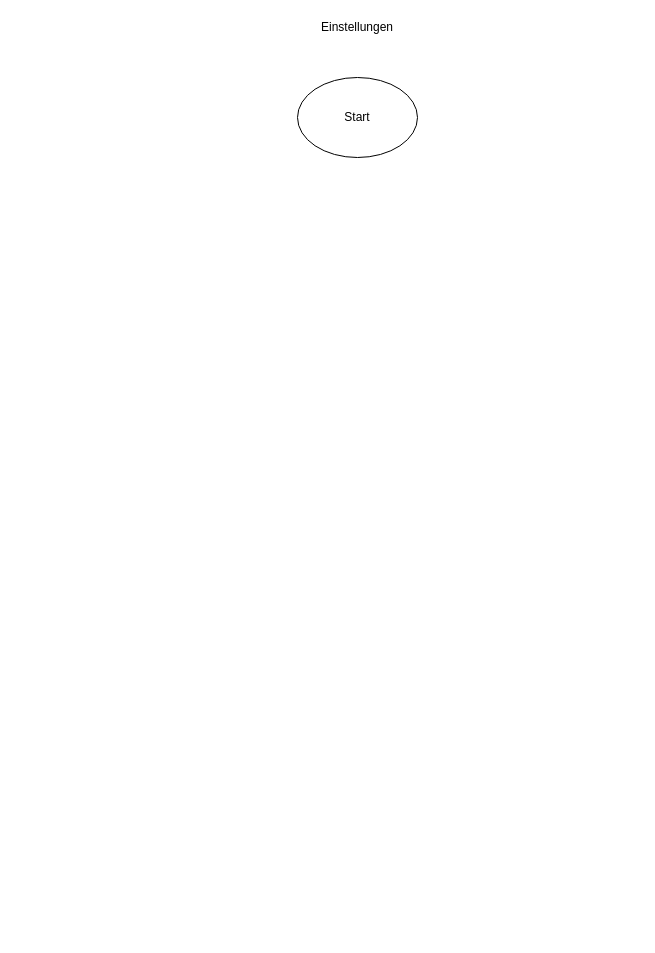
Earlier version of the draw.io diagram page "Page-3" (3 of 4) of Untitled Diagram.drawio (Seafesko/Nucleo-Wecker). Source tidied: cells renumbered, new cells numbered last; positions are measured from the earlier drawing's top-left corner, leaving out a move shared by most shapes. Both pictures are drawn from the tidied source at 100%, with x=0, y=0 at pixel (297, 17).
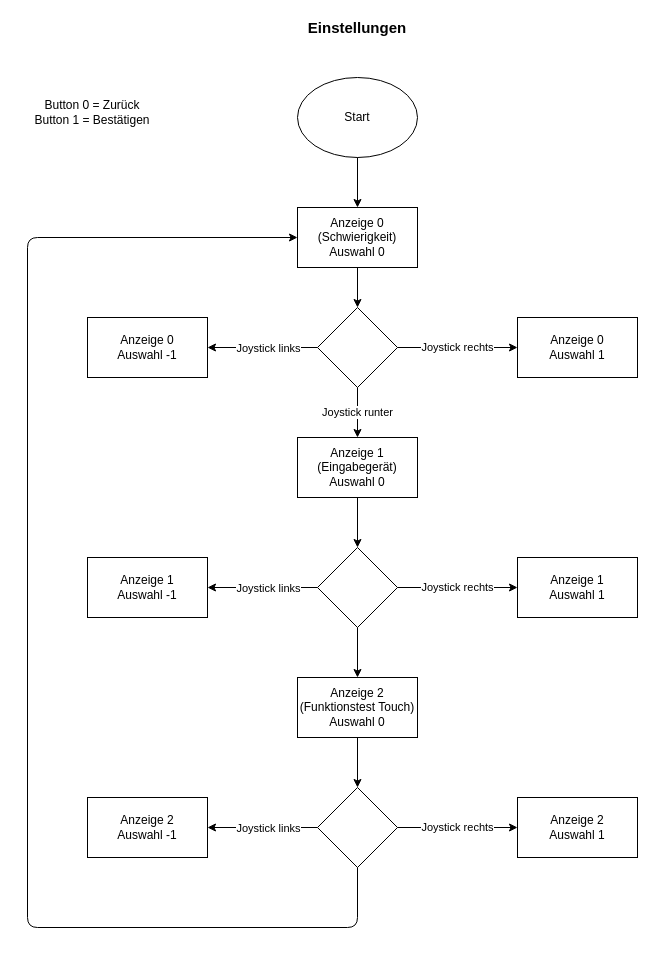
Above is the later version.

Unchanged cells that the change refers to:
```xml
<mxCell id="3" value="Start" style="ellipse;whiteSpace=wrap;html=1;" parent="1" vertex="1">
  <mxGeometry y="60" width="120" height="80" as="geometry" />
</mxCell>
```

What changed in the source:
```diff
@@
-    <mxCell id="2" value="Einstellungen" style="text;html=1;strokeColor=none;fillColor=none;align=center;verticalAlign=middle;whiteSpace=wrap;rounded=0;" parent="1" vertex="1">
+    <mxCell id="2" value="&lt;b&gt;&lt;font style=&quot;font-size: 15px&quot;&gt;Einstellungen&lt;/font&gt;&lt;/b&gt;" style="text;html=1;strokeColor=none;fillColor=none;align=center;verticalAlign=middle;whiteSpace=wrap;rounded=0;strokeWidth=4;" parent="1" vertex="1">
       <mxGeometry x="40" width="40" height="20" as="geometry" />
     </mxCell>
@@
+    <mxCell id="4" value="&lt;div&gt;Button 0 = Zurück&lt;/div&gt;&lt;div&gt;Button 1 = Bestätigen&lt;br&gt;&lt;/div&gt;" style="text;html=1;strokeColor=none;fillColor=none;align=center;verticalAlign=middle;whiteSpace=wrap;rounded=0;" parent="1" vertex="1">
+      <mxGeometry x="-280" y="70" width="150" height="50" as="geometry" />
+    </mxCell>
+    <mxCell id="5" value="&lt;div&gt;Anzeige 0 (Schwierigkeit)&lt;br&gt;&lt;/div&gt;&lt;div&gt;Auswahl 0&lt;br&gt;&lt;/div&gt;" style="rounded=0;whiteSpace=wrap;html=1;" parent="1" vertex="1">
+      <mxGeometry y="190" width="120" height="60" as="geometry" />
+    </mxCell>
+    <mxCell id="6" style="rhombus;whiteSpace=wrap;html=1;" parent="1" vertex="1">
+      <mxGeometry x="20" y="290" width="80" height="80" as="geometry" />
+    </mxCell>
+    <mxCell id="7" value="Anzeige 1 (Eingabegerät)&lt;br&gt;&lt;div&gt;Auswahl 0&lt;br&gt;&lt;/div&gt;" style="rounded=0;whiteSpace=wrap;html=1;" parent="1" vertex="1">
+      <mxGeometry y="420" width="120" height="60" as="geometry" />
+    </mxCell>
+    <mxCell id="8" style="endArrow=classic;html=1;exitX=0.5;exitY=1;exitDx=0;exitDy=0;entryX=0.5;entryY=0;entryDx=0;entryDy=0;" parent="1" edge="1" source="3" target="5">
+      <mxGeometry relative="1" as="geometry" />
+    </mxCell>
+    <mxCell id="9" style="endArrow=classic;html=1;exitX=0.5;exitY=1;exitDx=0;exitDy=0;entryX=0.5;entryY=0;entryDx=0;entryDy=0;" parent="1" edge="1" source="5" target="6">
+      <mxGeometry relative="1" as="geometry" />
+    </mxCell>
+    <mxCell id="10" value="Joystick runter" style="endArrow=classic;html=1;entryX=0.5;entryY=0;entryDx=0;entryDy=0;exitX=0.5;exitY=1;exitDx=0;exitDy=0;" parent="1" edge="1" source="6" target="7">
+      <mxGeometry relative="1" as="geometry" />
+    </mxCell>
+    <mxCell id="11" value="Joystick rechts" style="endArrow=classic;html=1;" parent="1" edge="1" source="6">
+      <mxGeometry relative="1" as="geometry">
+        <mxPoint x="220" y="330" as="targetPoint" />
+      </mxGeometry>
+    </mxCell>
+    <mxCell id="12" value="&lt;div&gt;Anzeige 0&lt;/div&gt;&lt;div&gt;Auswahl 1&lt;br&gt;&lt;/div&gt;" style="rounded=0;whiteSpace=wrap;html=1;" parent="1" vertex="1">
+      <mxGeometry x="220" y="300" width="120" height="60" as="geometry" />
+    </mxCell>
+    <mxCell id="13" value="&lt;div&gt;Anzeige 0&lt;/div&gt;&lt;div&gt;Auswahl -1&lt;br&gt;&lt;/div&gt;" style="rounded=0;whiteSpace=wrap;html=1;" parent="1" vertex="1">
+      <mxGeometry x="-210" y="300" width="120" height="60" as="geometry" />
+    </mxCell>
+    <mxCell id="14" style="endArrow=classic;html=1;exitX=0;exitY=0.5;exitDx=0;exitDy=0;entryX=1;entryY=0.5;entryDx=0;entryDy=0;" parent="1" edge="1" source="6" target="13">
+      <mxGeometry relative="1" as="geometry" />
+    </mxCell>
+    <mxCell id="15" value="Joystick links" style="edgeLabel;html=1;align=center;verticalAlign=middle;" parent="14" vertex="1">
+      <mxGeometry x="-0.25" y="3" relative="1" as="geometry">
+        <mxPoint x="-9" y="-3" as="offset" />
+      </mxGeometry>
+    </mxCell>
+    <mxCell id="16" style="rhombus;whiteSpace=wrap;html=1;" parent="1" vertex="1">
+      <mxGeometry x="20" y="530" width="80" height="80" as="geometry" />
+    </mxCell>
+    <mxCell id="17" value="Joystick rechts" style="endArrow=classic;html=1;" parent="1" edge="1" source="16">
+      <mxGeometry relative="1" as="geometry">
+        <mxPoint x="220" y="570" as="targetPoint" />
+      </mxGeometry>
+    </mxCell>
+    <mxCell id="18" value="&lt;div&gt;Anzeige 1&lt;br&gt;&lt;/div&gt;&lt;div&gt;Auswahl 1&lt;br&gt;&lt;/div&gt;" style="rounded=0;whiteSpace=wrap;html=1;" parent="1" vertex="1">
+      <mxGeometry x="220" y="540" width="120" height="60" as="geometry" />
+    </mxCell>
+    <mxCell id="19" value="&lt;div&gt;Anzeige 1&lt;br&gt;&lt;/div&gt;&lt;div&gt;Auswahl -1&lt;br&gt;&lt;/div&gt;" style="rounded=0;whiteSpace=wrap;html=1;" parent="1" vertex="1">
+      <mxGeometry x="-210" y="540" width="120" height="60" as="geometry" />
+    </mxCell>
+    <mxCell id="20" style="endArrow=classic;html=1;exitX=0;exitY=0.5;exitDx=0;exitDy=0;entryX=1;entryY=0.5;entryDx=0;entryDy=0;" parent="1" edge="1" source="16" target="19">
+      <mxGeometry relative="1" as="geometry" />
+    </mxCell>
+    <mxCell id="21" value="Joystick links" style="edgeLabel;html=1;align=center;verticalAlign=middle;" parent="20" vertex="1">
+      <mxGeometry x="-0.25" y="3" relative="1" as="geometry">
+        <mxPoint x="-9" y="-3" as="offset" />
+      </mxGeometry>
+    </mxCell>
+    <mxCell id="22" style="endArrow=classic;html=1;entryX=0.5;entryY=0;entryDx=0;entryDy=0;exitX=0.5;exitY=1;exitDx=0;exitDy=0;" parent="1" edge="1" source="7" target="16">
+      <mxGeometry relative="1" as="geometry" />
+    </mxCell>
+    <mxCell id="23" value="Anzeige 2 (Funktionstest Touch)&lt;br&gt;&lt;div&gt;Auswahl 0&lt;br&gt;&lt;/div&gt;" style="rounded=0;whiteSpace=wrap;html=1;" parent="1" vertex="1">
+      <mxGeometry y="660" width="120" height="60" as="geometry" />
+    </mxCell>
+    <mxCell id="24" style="rhombus;whiteSpace=wrap;html=1;" parent="1" vertex="1">
+      <mxGeometry x="20" y="770" width="80" height="80" as="geometry" />
+    </mxCell>
+    <mxCell id="25" value="Joystick rechts" style="endArrow=classic;html=1;" parent="1" edge="1" source="24">
+      <mxGeometry relative="1" as="geometry">
+        <mxPoint x="220" y="810" as="targetPoint" />
+      </mxGeometry>
+    </mxCell>
+    <mxCell id="26" value="&lt;div&gt;Anzeige 2&lt;br&gt;&lt;/div&gt;&lt;div&gt;Auswahl 1&lt;br&gt;&lt;/div&gt;" style="rounded=0;whiteSpace=wrap;html=1;" parent="1" vertex="1">
+      <mxGeometry x="220" y="780" width="120" height="60" as="geometry" />
+    </mxCell>
+    <mxCell id="27" value="&lt;div&gt;Anzeige 2&lt;br&gt;&lt;/div&gt;&lt;div&gt;Auswahl -1&lt;br&gt;&lt;/div&gt;" style="rounded=0;whiteSpace=wrap;html=1;" parent="1" vertex="1">
+      <mxGeometry x="-210" y="780" width="120" height="60" as="geometry" />
+    </mxCell>
+    <mxCell id="28" style="endArrow=classic;html=1;exitX=0;exitY=0.5;exitDx=0;exitDy=0;entryX=1;entryY=0.5;entryDx=0;entryDy=0;" parent="1" edge="1" source="24" target="27">
+      <mxGeometry relative="1" as="geometry" />
+    </mxCell>
+    <mxCell id="29" value="Joystick links" style="edgeLabel;html=1;align=center;verticalAlign=middle;" parent="28" vertex="1">
+      <mxGeometry x="-0.25" y="3" relative="1" as="geometry">
+        <mxPoint x="-9" y="-3" as="offset" />
+      </mxGeometry>
+    </mxCell>
+    <mxCell id="30" style="endArrow=classic;html=1;entryX=0.5;entryY=0;entryDx=0;entryDy=0;exitX=0.5;exitY=1;exitDx=0;exitDy=0;" parent="1" edge="1" source="23" target="24">
+      <mxGeometry relative="1" as="geometry" />
+    </mxCell>
+    <mxCell id="31" style="endArrow=classic;html=1;entryX=0.5;entryY=0;entryDx=0;entryDy=0;exitX=0.5;exitY=1;exitDx=0;exitDy=0;" parent="1" edge="1" source="16" target="23">
+      <mxGeometry relative="1" as="geometry" />
+    </mxCell>
+    <mxCell id="32" style="endArrow=classic;html=1;exitX=0.5;exitY=1;exitDx=0;exitDy=0;entryX=0;entryY=0.5;entryDx=0;entryDy=0;" parent="1" edge="1" source="24" target="5">
+      <mxGeometry relative="1" as="geometry">
+        <Array as="points">
+          <mxPoint x="60" y="910" />
+          <mxPoint x="-270" y="910" />
+          <mxPoint x="-270" y="220" />
+        </Array>
+      </mxGeometry>
+    </mxCell>
```
